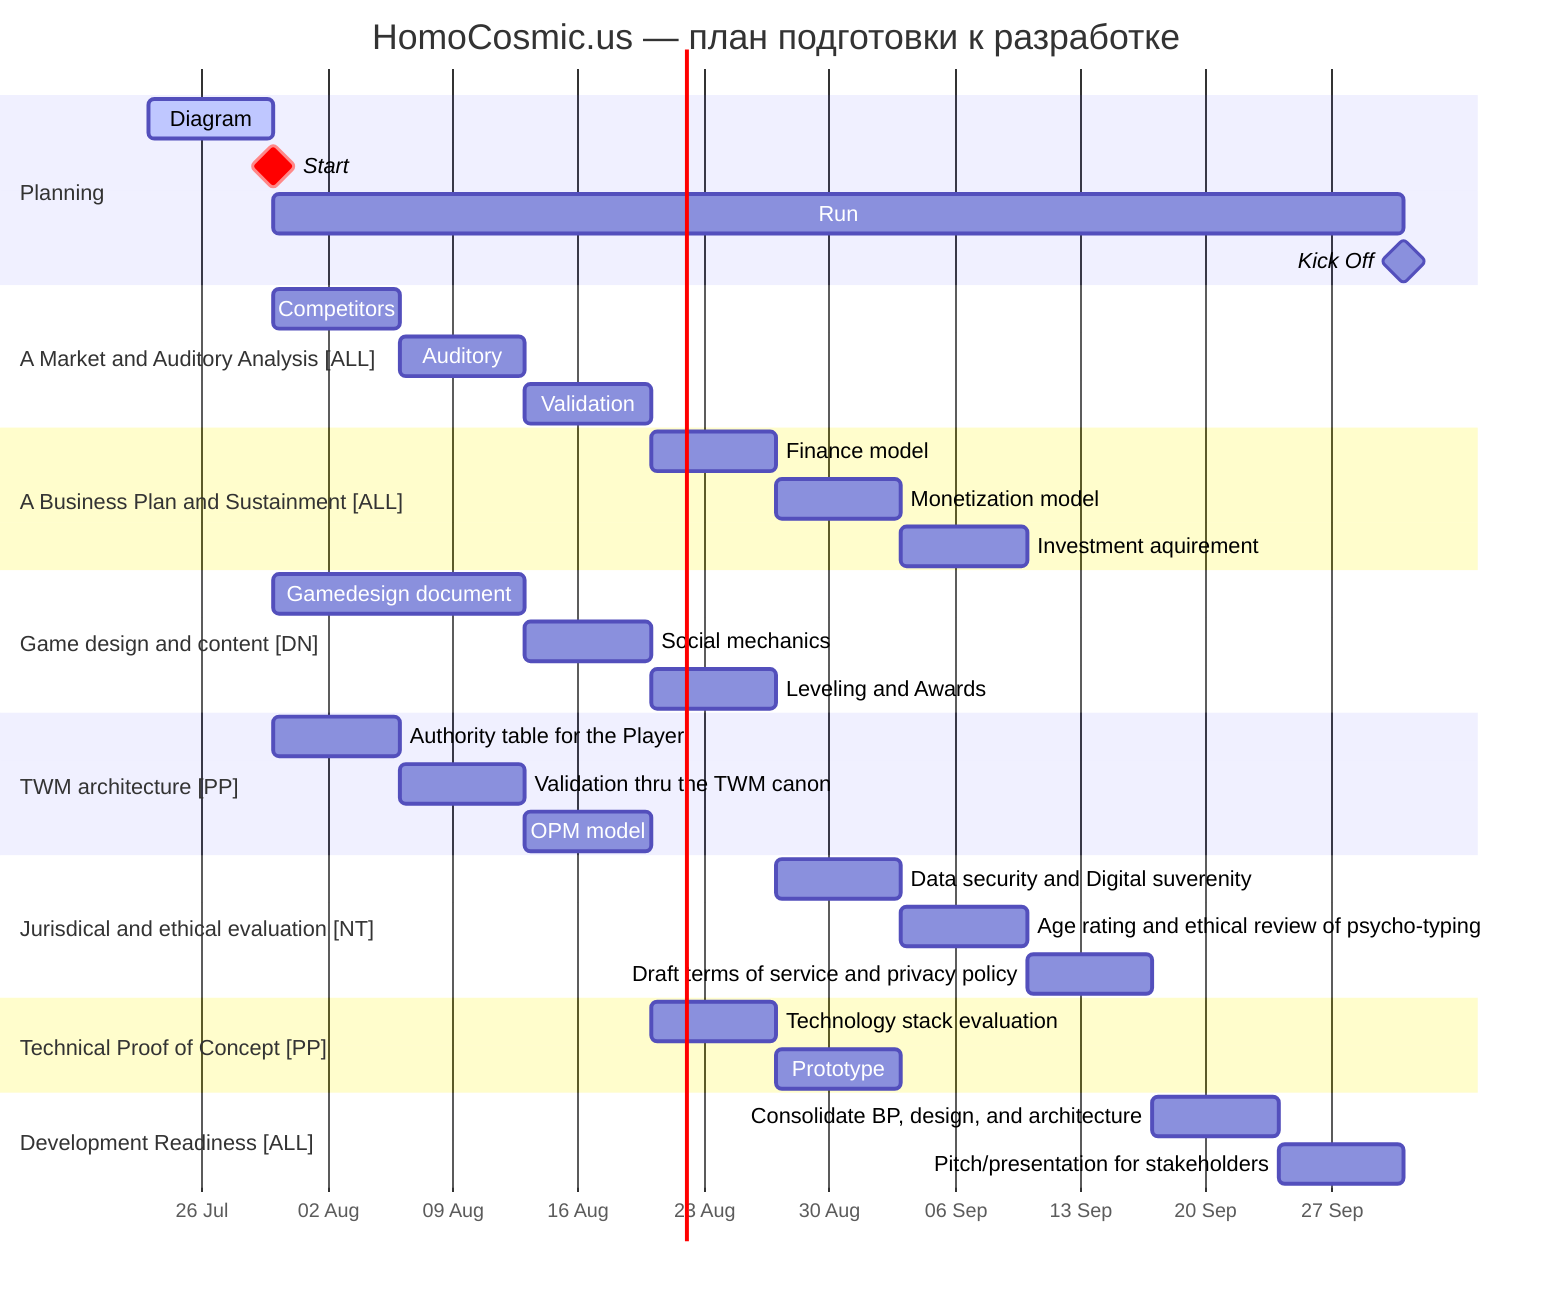
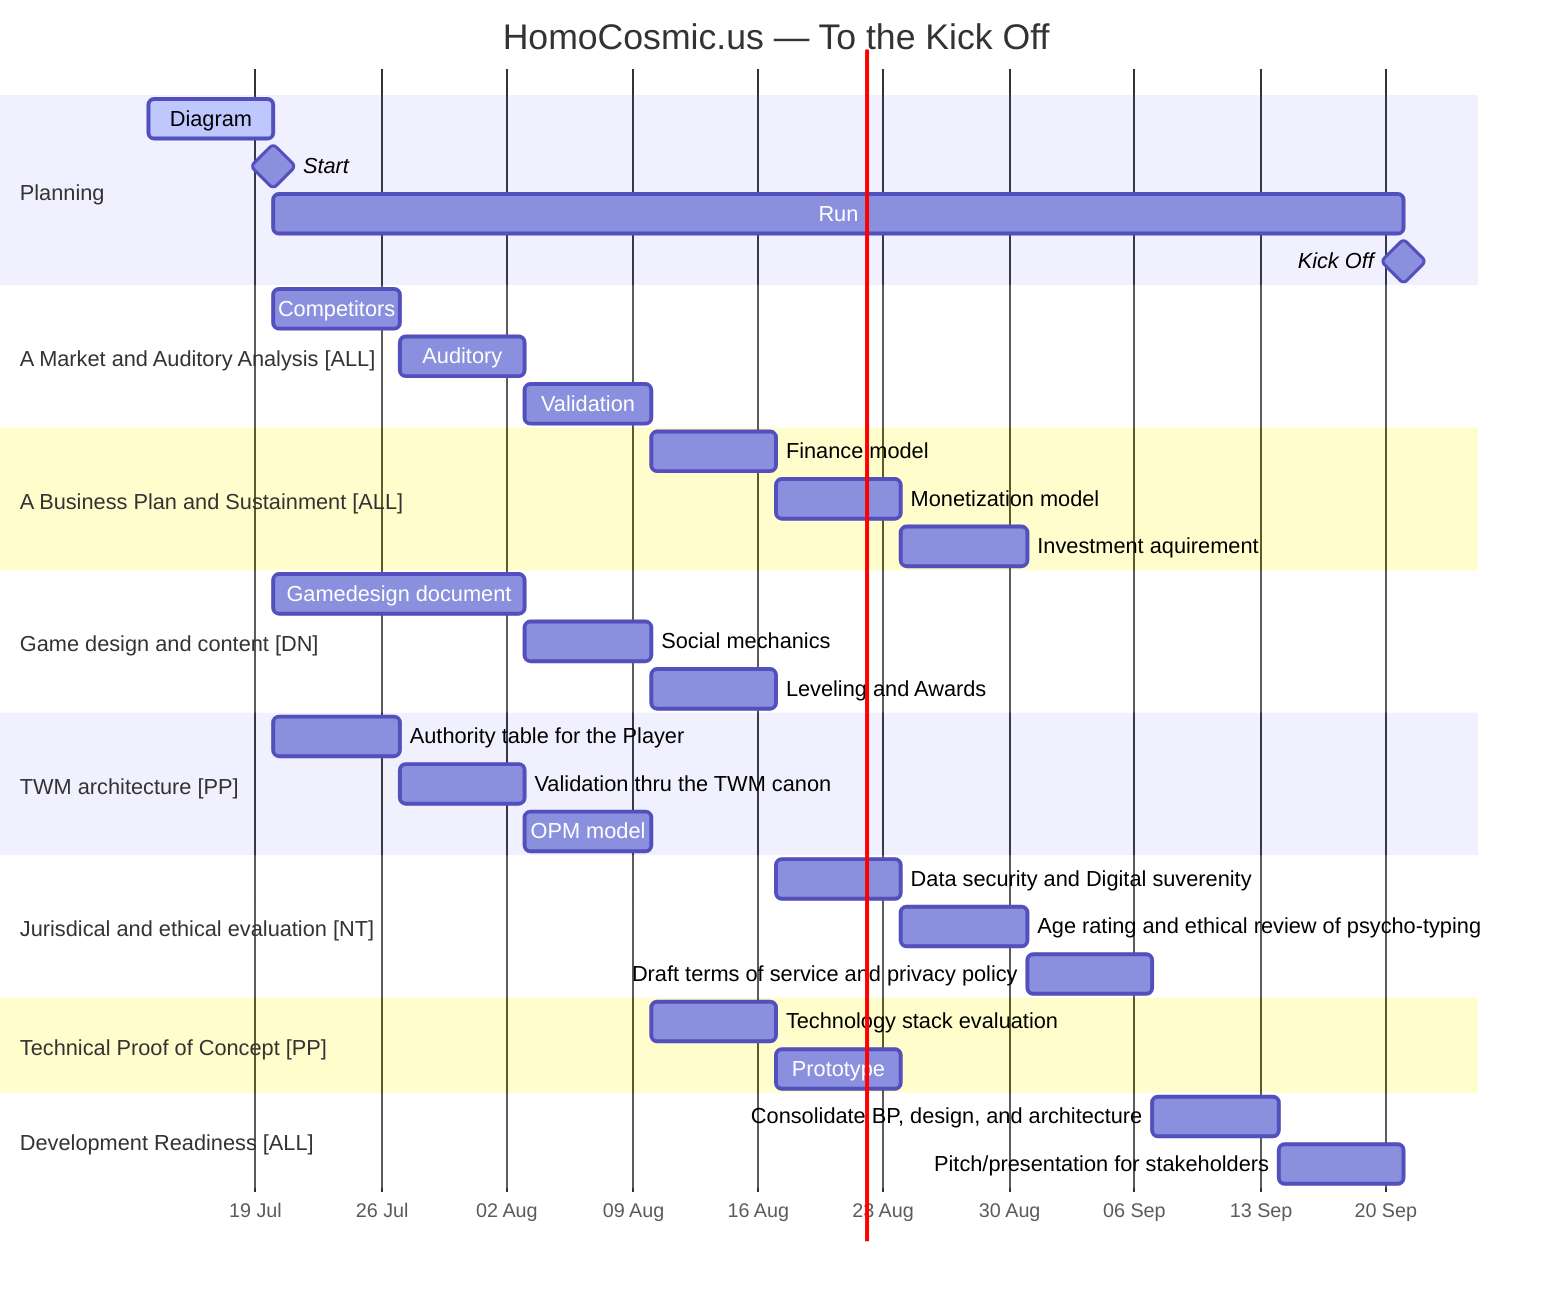
gantt
-     title HomoCosmic.us — план подготовки к разработке
+     title HomoCosmic.us — To the Kick Off
    dateFormat  YYYY-MM-DD
    axisFormat  %d %b
    todayMarker on

    section Planning
-     Diagram                                                             :active, z1, 2026-07-23, 1w
-     Start                                                               :crit, milestone, after z1
-     Run                                                                 :z2, after z1, 9w
-     Kick Off                                                            :milestone, after z2, 0d
+     Diagram                                                             :active, z1, 2026-07-13, 1w
+     Start                                                               :milestone, start, after z1, 0d
+     Run                                                                 :run, after start, 9w
+     Kick Off                                                            :milestone, after run, 0d

    section A Market and Auditory Analysis [ALL]
-     Competitors                                                         :a1, after z1, 1w
+     Competitors                                                         :a1, after start, 1w
    Auditory                                                            :a2, after a1, 1w
    Validation                                                          :a3, after a2, 1w

    section A Business Plan and Sustainment [ALL]
    Finance model                                                       :b1, after a3, 1w
    Monetization model                                                  :b2, after b1, 1w
    Investment aquirement                                               :b3, after b2, 1w

    section Game design and content [DN]
-     Gamedesign document                                                 :c1, after z1, 2w
-     Social mechanics                                                    :c2, after c1, 1w
-     Leveling and Awards                                                 :c3, after c2, 1w
+     Gamedesign document                                                 :g1, after start, 2w
+     Social mechanics                                                    :g2, after g1, 1w
+     Leveling and Awards                                                 :g3, after g2, 1w

    section TWM architecture [PP]
-     Authority table for the Player                                      :d1, after z1, 1w
-     Validation thru the TWM canon                                       :d2, after d1, 1w
-     OPM model                                                           :d3, after d2, 1w
+     Authority table for the Player                                      :t1, after z1, 1w
+     Validation thru the TWM canon                                       :t2, after t1, 1w
+     OPM model                                                           :t3, after t2, 1w

    section Jurisdical and ethical evaluation [NT]
-     Data security and Digital suverenity                                :e1, after c3, 1w
+     Data security and Digital suverenity                                :e1, after g3, 1w
    Age rating and ethical review of psycho-typing                      :e2, after e1, 1w
    Draft terms of service and privacy policy                           :e3, after e2, 1w

    section Technical Proof of Concept [PP]
-     Technology stack evaluation                                         :f1, after d3, 1w
-     Prototype: Gate and first Tree birth flow                           :f2, after f1, 1w
+     Technology stack evaluation                                         :p1, after t3, 1w
+     Prototype: Gate and first Tree birth flow                           :p2, after p1, 1w

    section Development Readiness [ALL]
-     Consolidate BP, design, and architecture                            :g1, after e3, 1w
-     Pitch/presentation for stakeholders                                 :g2, after g1, 1w
+     Consolidate BP, design, and architecture                            :r1, after e3, 1w
+     Pitch/presentation for stakeholders                                 :r2, after r1, 1w
